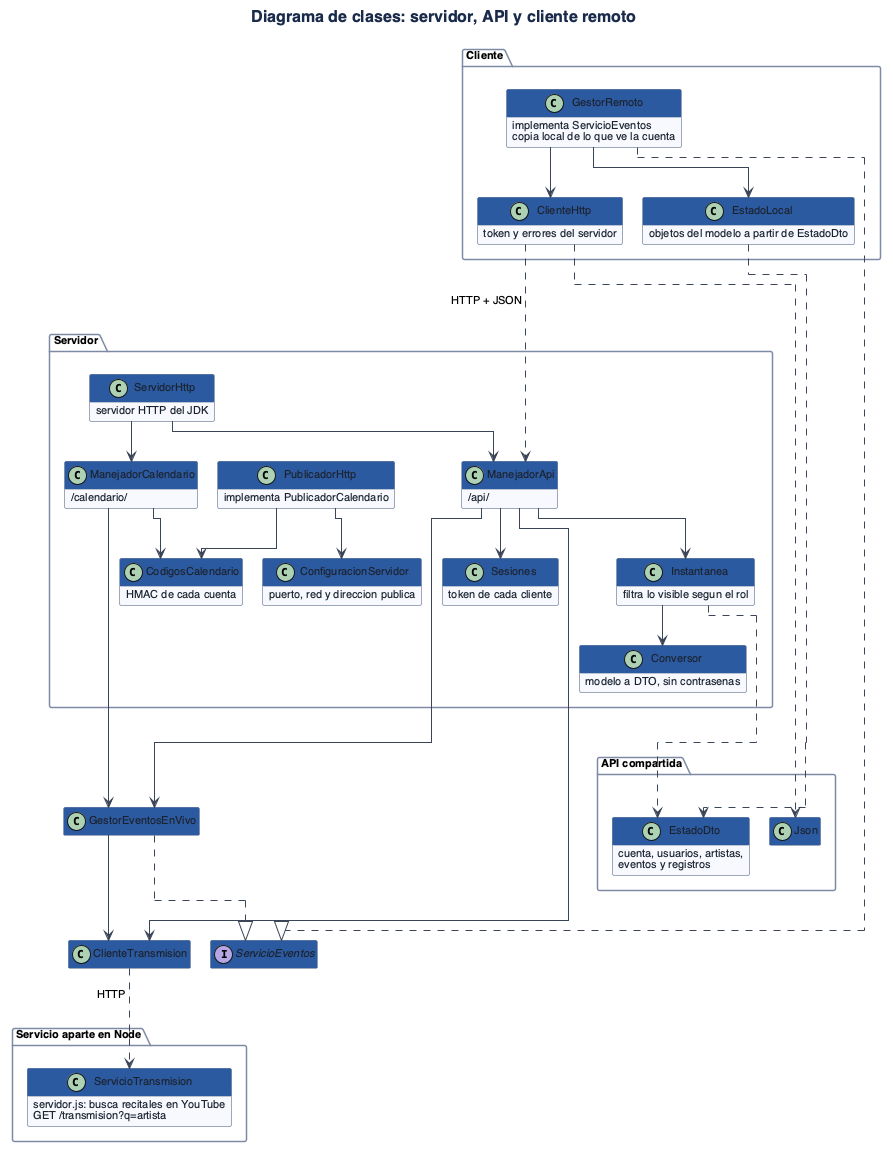
lferraro1103/Proceso-de-desarrollo-de-sosftware keeps this PlantUML diagram as TP/Grupo9_POO_Diagramas_Pdf/imagenes/clases-red.png. Above is the earlier version.
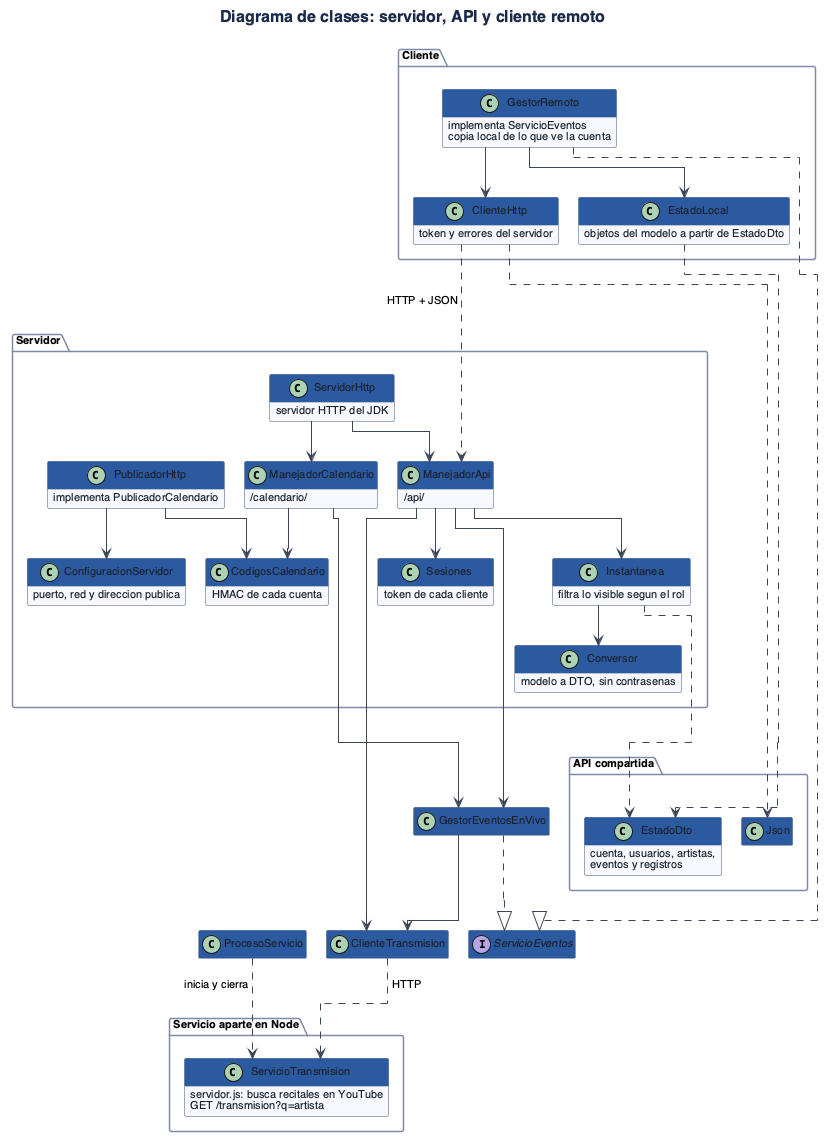
After the change.

What changed in the source:
```diff
@@ -63,6 +63,7 @@
 interface ServicioEventos
 class GestorEventosEnVivo
 class ClienteTransmision
+class ProcesoServicio
 
 GestorRemoto ..|> ServicioEventos
 GestorEventosEnVivo ..|> ServicioEventos
@@ -85,4 +86,5 @@
 ManejadorApi --> ClienteTransmision
 GestorEventosEnVivo --> ClienteTransmision
 ClienteTransmision ..> ServicioTransmision : HTTP
+ProcesoServicio ..> ServicioTransmision : inicia y cierra
 @enduml
```
